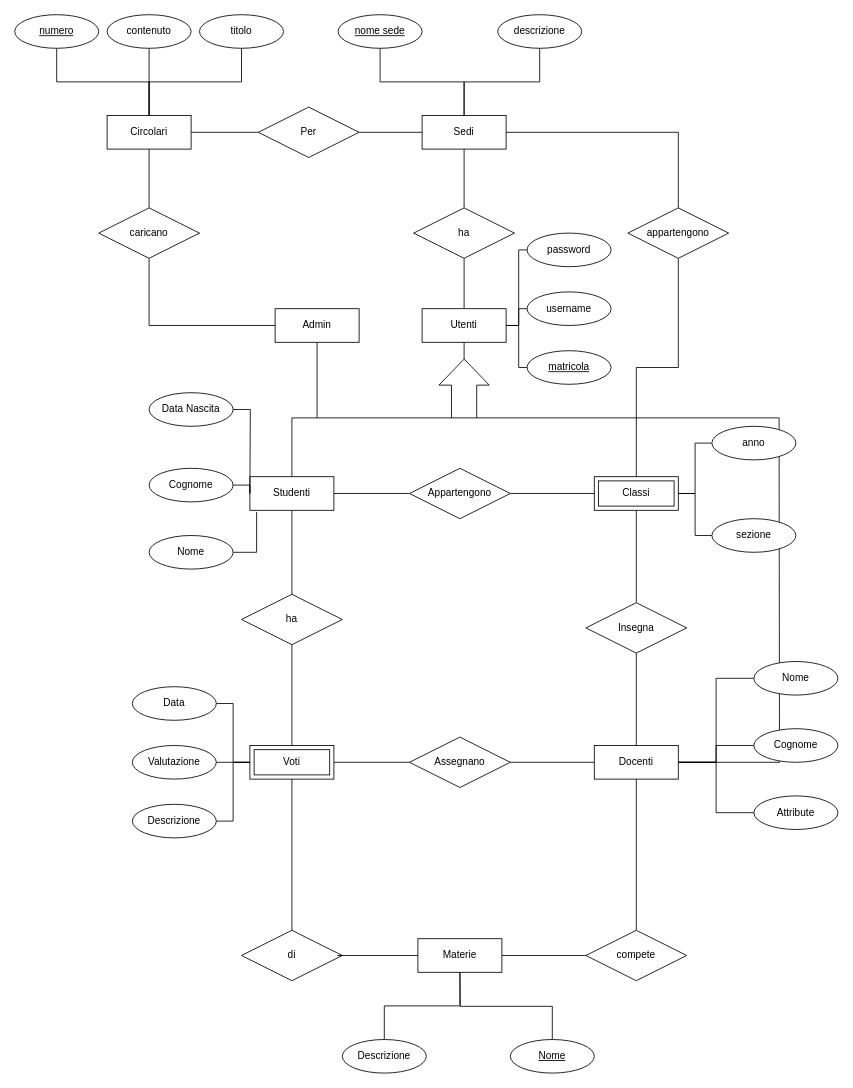
This is schema er.drawio from nicolo9728/registro_elettronico, a draw.io file, before an edit. Source tidied: cells renumbered, new cells numbered last; positions are measured from the earlier drawing's top-left corner, leaving out a move shared by most shapes. Both pictures are drawn from the tidied source at 84%, with x=0, y=0 at pixel (14, 14).
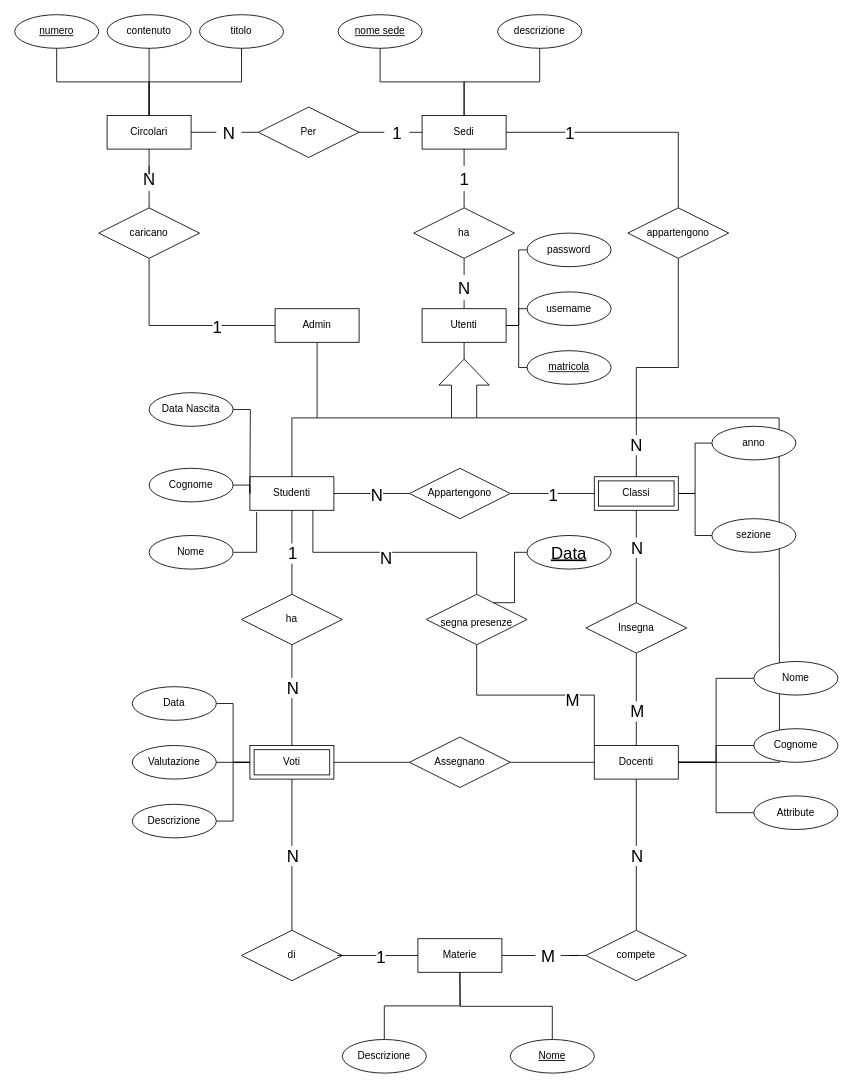
The same diagram, later.

Commit message:
aggiornato schema er

Unchanged cells that the change refers to:
```xml
<mxCell id="6" value="Utenti" style="whiteSpace=wrap;html=1;align=center;" parent="1" vertex="1">
  <mxGeometry x="485" y="350" width="100" height="40" as="geometry" />
</mxCell>
<mxCell id="11" value="Studenti" style="whiteSpace=wrap;html=1;align=center;" parent="1" vertex="1">
  <mxGeometry x="280" y="550" width="100" height="40" as="geometry" />
</mxCell>
<mxCell id="12" style="edgeStyle=orthogonalEdgeStyle;rounded=0;jettySize=auto;html=1;exitX=0;exitY=0.5;exitDx=0;exitDy=0;endArrow=none;endFill=0;" parent="1" edge="1" source="14" target="11">
  <mxGeometry relative="1" as="geometry" />
</mxCell>
<mxCell id="13" style="edgeStyle=orthogonalEdgeStyle;rounded=0;jettySize=auto;html=1;exitX=1;exitY=0.5;exitDx=0;exitDy=0;entryX=0;entryY=0.5;entryDx=0;entryDy=0;endArrow=none;endFill=0;" parent="1" edge="1" source="14" target="16">
  <mxGeometry relative="1" as="geometry" />
</mxCell>
<mxCell id="19" value="Docenti" style="whiteSpace=wrap;html=1;align=center;" parent="1" vertex="1">
  <mxGeometry x="690" y="870" width="100" height="40" as="geometry" />
</mxCell>
<mxCell id="20" style="edgeStyle=orthogonalEdgeStyle;rounded=0;jettySize=auto;html=1;exitX=0.5;exitY=1;exitDx=0;exitDy=0;entryX=0.5;entryY=0;entryDx=0;entryDy=0;endArrow=none;endFill=0;" parent="1" edge="1" source="22" target="19">
  <mxGeometry relative="1" as="geometry" />
</mxCell>
<mxCell id="21" style="edgeStyle=orthogonalEdgeStyle;rounded=0;jettySize=auto;html=1;exitX=0.5;exitY=0;exitDx=0;exitDy=0;entryX=0.5;entryY=1;entryDx=0;entryDy=0;endArrow=none;endFill=0;" parent="1" edge="1" source="22" target="16">
  <mxGeometry relative="1" as="geometry" />
</mxCell>
<mxCell id="25" value="Voti" style="shape=ext;margin=3;double=1;whiteSpace=wrap;html=1;align=center;" parent="1" vertex="1">
  <mxGeometry x="280" y="870" width="100" height="40" as="geometry" />
</mxCell>
<mxCell id="26" style="edgeStyle=orthogonalEdgeStyle;rounded=0;jettySize=auto;html=1;exitX=0.5;exitY=0;exitDx=0;exitDy=0;entryX=0.5;entryY=1;entryDx=0;entryDy=0;endArrow=none;endFill=0;" parent="1" edge="1" source="28" target="11">
  <mxGeometry relative="1" as="geometry" />
</mxCell>
<mxCell id="28" value="ha" style="shape=rhombus;perimeter=rhombusPerimeter;whiteSpace=wrap;html=1;align=center;" parent="1" vertex="1">
  <mxGeometry x="270" y="690" width="120" height="60" as="geometry" />
</mxCell>
<mxCell id="29" style="edgeStyle=orthogonalEdgeStyle;rounded=0;jettySize=auto;html=1;exitX=0.5;exitY=0;exitDx=0;exitDy=0;entryX=0.5;entryY=1;entryDx=0;entryDy=0;endArrow=none;endFill=0;" parent="1" edge="1" source="30" target="25">
  <mxGeometry relative="1" as="geometry" />
</mxCell>
<mxCell id="31" style="edgeStyle=orthogonalEdgeStyle;rounded=0;jettySize=auto;html=1;exitX=0;exitY=0.5;exitDx=0;exitDy=0;entryX=0.95;entryY=0.5;entryDx=0;entryDy=0;entryPerimeter=0;endArrow=none;endFill=0;" parent="1" edge="1" source="32" target="30">
  <mxGeometry relative="1" as="geometry" />
</mxCell>
<mxCell id="32" value="Materie" style="whiteSpace=wrap;html=1;align=center;" parent="1" vertex="1">
  <mxGeometry x="480" y="1100" width="100" height="40" as="geometry" />
</mxCell>
<mxCell id="33" style="edgeStyle=orthogonalEdgeStyle;rounded=0;jettySize=auto;html=1;exitX=0.5;exitY=0;exitDx=0;exitDy=0;entryX=0.5;entryY=1;entryDx=0;entryDy=0;endArrow=none;endFill=0;" parent="1" edge="1" source="35" target="19">
  <mxGeometry relative="1" as="geometry" />
</mxCell>
<mxCell id="35" value="compete" style="shape=rhombus;perimeter=rhombusPerimeter;whiteSpace=wrap;html=1;align=center;" parent="1" vertex="1">
  <mxGeometry x="680" y="1090" width="120" height="60" as="geometry" />
</mxCell>
<mxCell id="65" style="edgeStyle=orthogonalEdgeStyle;rounded=0;jettySize=auto;html=1;exitX=1;exitY=0.5;exitDx=0;exitDy=0;entryX=0.5;entryY=0;entryDx=0;entryDy=0;endArrow=none;endFill=0;" parent="1" edge="1" source="66" target="84">
  <mxGeometry relative="1" as="geometry" />
</mxCell>
<mxCell id="66" value="Sedi" style="whiteSpace=wrap;html=1;align=center;" parent="1" vertex="1">
  <mxGeometry x="485" y="120" width="100" height="40" as="geometry" />
</mxCell>
<mxCell id="72" value="ha" style="shape=rhombus;perimeter=rhombusPerimeter;whiteSpace=wrap;html=1;align=center;" parent="1" vertex="1">
  <mxGeometry x="475" y="230" width="120" height="60" as="geometry" />
</mxCell>
<mxCell id="77" value="caricano" style="shape=rhombus;perimeter=rhombusPerimeter;whiteSpace=wrap;html=1;align=center;" parent="1" vertex="1">
  <mxGeometry x="100" y="230" width="120" height="60" as="geometry" />
</mxCell>
<mxCell id="79" value="Circolari" style="whiteSpace=wrap;html=1;align=center;" parent="1" vertex="1">
  <mxGeometry x="110" y="120" width="100" height="40" as="geometry" />
</mxCell>
<mxCell id="82" value="Per" style="shape=rhombus;perimeter=rhombusPerimeter;whiteSpace=wrap;html=1;align=center;" parent="1" vertex="1">
  <mxGeometry x="290" y="110" width="120" height="60" as="geometry" />
</mxCell>
<mxCell id="83" style="edgeStyle=orthogonalEdgeStyle;rounded=0;jettySize=auto;html=1;exitX=0.5;exitY=1;exitDx=0;exitDy=0;entryX=0.5;entryY=0;entryDx=0;entryDy=0;endArrow=none;endFill=0;" parent="1" edge="1" source="84" target="16">
  <mxGeometry relative="1" as="geometry" />
</mxCell>
```

Change to the diagram source:
```diff
@@
+    <mxCell id="91" style="edgeStyle=orthogonalEdgeStyle;rounded=0;jettySize=auto;html=1;exitX=0.75;exitY=1;exitDx=0;exitDy=0;entryX=0.5;entryY=0;entryDx=0;entryDy=0;fontSize=20;endArrow=none;endFill=0;" parent="1" edge="1" source="11" target="121">
+      <mxGeometry relative="1" as="geometry" />
+    </mxCell>
+    <mxCell id="92" value="N" style="edgeLabel;html=1;align=center;verticalAlign=middle;fontSize=20;" parent="91" vertex="1">
+      <mxGeometry x="-0.08" y="-5" relative="1" as="geometry" />
+    </mxCell>
@@
+    <mxCell id="93" value="N" style="edgeLabel;html=1;align=center;verticalAlign=middle;fontSize=20;" parent="12" vertex="1">
+      <mxGeometry x="0.22" y="-3" relative="1" as="geometry">
+        <mxPoint x="15" y="3" as="offset" />
+      </mxGeometry>
+    </mxCell>
@@
+    <mxCell id="94" value="1" style="edgeLabel;html=1;align=center;verticalAlign=middle;fontSize=20;" parent="13" vertex="1">
+      <mxGeometry x="-0.2" y="1" relative="1" as="geometry">
+        <mxPoint x="10" y="1" as="offset" />
+      </mxGeometry>
+    </mxCell>
@@
+    <mxCell id="95" value="M" style="edgeLabel;html=1;align=center;verticalAlign=middle;fontSize=20;" parent="20" vertex="1">
+      <mxGeometry x="0.24" relative="1" as="geometry" />
+    </mxCell>
@@
+    <mxCell id="96" value="N" style="edgeLabel;html=1;align=center;verticalAlign=middle;fontSize=20;" parent="21" vertex="1">
+      <mxGeometry x="0.22" relative="1" as="geometry" />
+    </mxCell>
@@
+    <mxCell id="97" value="1" style="edgeLabel;html=1;align=center;verticalAlign=middle;fontSize=20;" parent="26" vertex="1">
+      <mxGeometry x="0.2" y="-1" relative="1" as="geometry">
+        <mxPoint x="-1" y="10" as="offset" />
+      </mxGeometry>
+    </mxCell>
     <mxCell id="27" style="edgeStyle=orthogonalEdgeStyle;rounded=0;jettySize=auto;html=1;exitX=0.5;exitY=1;exitDx=0;exitDy=0;entryX=0.5;entryY=0;entryDx=0;entryDy=0;endArrow=none;endFill=0;" parent="1" edge="1" source="28" target="25">
-      <mxGeometry relative="1" as="geometry" />
+      <mxGeometry relative="1" as="geometry">
+        <Array as="points">
+          <mxPoint x="330" y="810" />
+          <mxPoint x="330" y="810" />
+        </Array>
+      </mxGeometry>
     </mxCell>
+    <mxCell id="98" value="N" style="edgeLabel;html=1;align=center;verticalAlign=middle;fontSize=20;" parent="27" vertex="1">
+      <mxGeometry x="-0.32" relative="1" as="geometry">
+        <mxPoint y="9" as="offset" />
+      </mxGeometry>
+    </mxCell>
@@
+    <mxCell id="99" value="N" style="edgeLabel;html=1;align=center;verticalAlign=middle;fontSize=20;" parent="29" vertex="1">
+      <mxGeometry x="0.21" y="1" relative="1" as="geometry">
+        <mxPoint x="1" y="19" as="offset" />
+      </mxGeometry>
+    </mxCell>
@@
+    <mxCell id="100" value="1" style="edgeLabel;html=1;align=center;verticalAlign=middle;fontSize=20;" parent="31" vertex="1">
+      <mxGeometry x="-0.21" y="1" relative="1" as="geometry">
+        <mxPoint x="-7" y="-1" as="offset" />
+      </mxGeometry>
+    </mxCell>
@@
+    <mxCell id="101" value="N" style="edgeLabel;html=1;align=center;verticalAlign=middle;fontSize=20;" parent="33" vertex="1">
+      <mxGeometry x="0.19" y="-3" relative="1" as="geometry">
+        <mxPoint x="-3" y="17" as="offset" />
+      </mxGeometry>
+    </mxCell>
-    <mxCell id="34" style="edgeStyle=orthogonalEdgeStyle;rounded=0;jettySize=auto;html=1;exitX=0;exitY=0.5;exitDx=0;exitDy=0;endArrow=none;endFill=0;" parent="1" edge="1" source="35" target="32">
+    <mxCell id="34" style="edgeStyle=orthogonalEdgeStyle;rounded=0;jettySize=auto;html=1;exitX=0;exitY=0.5;exitDx=0;exitDy=0;endArrow=none;endFill=0;startArrow=none;" parent="1" edge="1" source="106" target="32">
       <mxGeometry relative="1" as="geometry" />
     </mxCell>
@@
-    <mxCell id="64" style="edgeStyle=orthogonalEdgeStyle;rounded=0;jettySize=auto;html=1;exitX=0.5;exitY=1;exitDx=0;exitDy=0;entryX=0.5;entryY=0;entryDx=0;entryDy=0;endArrow=none;endFill=0;" parent="1" edge="1" source="66" target="72">
+    <mxCell id="64" style="edgeStyle=orthogonalEdgeStyle;rounded=0;jettySize=auto;html=1;exitX=0.5;exitY=1;exitDx=0;exitDy=0;entryX=0.5;entryY=0;entryDx=0;entryDy=0;endArrow=none;endFill=0;startArrow=none;" parent="1" edge="1" source="115" target="72">
       <mxGeometry relative="1" as="geometry" />
     </mxCell>
@@
+    <mxCell id="102" value="1" style="edgeLabel;html=1;align=center;verticalAlign=middle;fontSize=20;" parent="65" vertex="1">
+      <mxGeometry x="-0.49" y="-4" relative="1" as="geometry">
+        <mxPoint y="-4" as="offset" />
+      </mxGeometry>
+    </mxCell>
@@
-    <mxCell id="71" style="edgeStyle=orthogonalEdgeStyle;rounded=0;jettySize=auto;html=1;exitX=0.5;exitY=1;exitDx=0;exitDy=0;endArrow=none;endFill=0;" parent="1" edge="1" source="72" target="6">
-      <mxGeometry relative="1" as="geometry" />
-    </mxCell>
+    <mxCell id="103" style="edgeStyle=orthogonalEdgeStyle;rounded=0;jettySize=auto;html=1;exitX=0.5;exitY=1;exitDx=0;exitDy=0;entryX=0.5;entryY=0;entryDx=0;entryDy=0;fontSize=20;endArrow=none;endFill=0;startArrow=none;" parent="1" edge="1" source="117" target="6">
+      <mxGeometry relative="1" as="geometry" />
+    </mxCell>
@@
-    <mxCell id="76" style="edgeStyle=orthogonalEdgeStyle;rounded=0;jettySize=auto;html=1;exitX=0.5;exitY=0;exitDx=0;exitDy=0;entryX=0.5;entryY=1;entryDx=0;entryDy=0;endArrow=none;endFill=0;" parent="1" edge="1" source="77" target="79">
-      <mxGeometry relative="1" as="geometry" />
+    <mxCell id="76" style="edgeStyle=orthogonalEdgeStyle;rounded=0;jettySize=auto;html=1;exitX=0.5;exitY=0;exitDx=0;exitDy=0;entryX=0.5;entryY=1;entryDx=0;entryDy=0;endArrow=none;endFill=0;startArrow=none;" parent="1" edge="1" source="109" target="79">
+      <mxGeometry relative="1" as="geometry">
+        <Array as="points">
+          <mxPoint x="160" y="190" />
+          <mxPoint x="160" y="190" />
+        </Array>
+      </mxGeometry>
     </mxCell>
@@
-    <mxCell id="78" style="edgeStyle=orthogonalEdgeStyle;rounded=0;jettySize=auto;html=1;exitX=1;exitY=0.5;exitDx=0;exitDy=0;entryX=0;entryY=0.5;entryDx=0;entryDy=0;endArrow=none;endFill=0;" parent="1" edge="1" source="79" target="82">
-      <mxGeometry relative="1" as="geometry" />
-    </mxCell>
+    <mxCell id="104" style="edgeStyle=orthogonalEdgeStyle;rounded=0;jettySize=auto;html=1;exitX=1;exitY=0.5;exitDx=0;exitDy=0;entryX=0;entryY=0.5;entryDx=0;entryDy=0;fontSize=20;endArrow=none;endFill=0;startArrow=none;" parent="1" edge="1" source="113" target="82">
+      <mxGeometry relative="1" as="geometry" />
+    </mxCell>
@@
-    <mxCell id="81" style="edgeStyle=orthogonalEdgeStyle;rounded=0;jettySize=auto;html=1;exitX=1;exitY=0.5;exitDx=0;exitDy=0;entryX=0;entryY=0.5;entryDx=0;entryDy=0;endArrow=none;endFill=0;" parent="1" edge="1" source="82" target="66">
+    <mxCell id="81" style="edgeStyle=orthogonalEdgeStyle;rounded=0;jettySize=auto;html=1;exitX=1;exitY=0.5;exitDx=0;exitDy=0;entryX=0;entryY=0.5;entryDx=0;entryDy=0;endArrow=none;endFill=0;startArrow=none;" parent="1" edge="1" source="111" target="66">
       <mxGeometry relative="1" as="geometry" />
     </mxCell>
@@
+    <mxCell id="105" value="N" style="edgeLabel;html=1;align=center;verticalAlign=middle;fontSize=20;" parent="83" vertex="1">
+      <mxGeometry x="0.75" y="-1" relative="1" as="geometry" />
+    </mxCell>
@@
+    <mxCell id="106" value="M" style="text;html=1;align=center;verticalAlign=middle;points=[];strokeColor=none;fontSize=20;" parent="1" vertex="1">
+      <mxGeometry x="620" y="1105" width="30" height="30" as="geometry" />
+    </mxCell>
+    <mxCell id="107" style="edgeStyle=orthogonalEdgeStyle;rounded=0;jettySize=auto;html=1;exitX=0;exitY=0.5;exitDx=0;exitDy=0;endArrow=none;endFill=0;" parent="1" edge="1" source="35" target="106">
+      <mxGeometry relative="1" as="geometry" />
+    </mxCell>
+    <mxCell id="108" value="1" style="edgeLabel;html=1;align=center;verticalAlign=middle;fontSize=20;" parent="1" vertex="1">
+      <mxGeometry x="240" y="370" as="geometry" />
+    </mxCell>
+    <mxCell id="109" value="N" style="text;html=1;align=center;verticalAlign=middle;points=[];strokeColor=none;fontSize=20;" parent="1" vertex="1">
+      <mxGeometry x="145" y="180" width="30" height="30" as="geometry" />
+    </mxCell>
+    <mxCell id="110" style="edgeStyle=orthogonalEdgeStyle;rounded=0;jettySize=auto;html=1;exitX=0.5;exitY=0;exitDx=0;exitDy=0;entryX=0.5;entryY=1;entryDx=0;entryDy=0;endArrow=none;endFill=0;" parent="1" edge="1" source="77" target="109">
+      <mxGeometry relative="1" as="geometry" />
+    </mxCell>
+    <mxCell id="111" value="1" style="text;html=1;align=center;verticalAlign=middle;points=[];strokeColor=none;fontSize=20;" parent="1" vertex="1">
+      <mxGeometry x="440" y="125" width="30" height="30" as="geometry" />
+    </mxCell>
+    <mxCell id="112" style="edgeStyle=orthogonalEdgeStyle;rounded=0;jettySize=auto;html=1;exitX=1;exitY=0.5;exitDx=0;exitDy=0;entryX=0;entryY=0.5;entryDx=0;entryDy=0;endArrow=none;endFill=0;" parent="1" edge="1" source="82" target="111">
+      <mxGeometry relative="1" as="geometry" />
+    </mxCell>
+    <mxCell id="113" value="N" style="text;html=1;align=center;verticalAlign=middle;points=[];strokeColor=none;fontSize=20;" parent="1" vertex="1">
+      <mxGeometry x="240" y="125" width="30" height="30" as="geometry" />
+    </mxCell>
+    <mxCell id="114" style="edgeStyle=orthogonalEdgeStyle;rounded=0;jettySize=auto;html=1;exitX=1;exitY=0.5;exitDx=0;exitDy=0;entryX=0;entryY=0.5;entryDx=0;entryDy=0;fontSize=20;endArrow=none;endFill=0;" parent="1" edge="1" source="79" target="113">
+      <mxGeometry relative="1" as="geometry" />
+    </mxCell>
+    <mxCell id="115" value="1" style="text;html=1;align=center;verticalAlign=middle;points=[];strokeColor=none;fontSize=20;" parent="1" vertex="1">
+      <mxGeometry x="520" y="180" width="30" height="30" as="geometry" />
+    </mxCell>
+    <mxCell id="116" style="edgeStyle=orthogonalEdgeStyle;rounded=0;jettySize=auto;html=1;exitX=0.5;exitY=1;exitDx=0;exitDy=0;entryX=0.5;entryY=0;entryDx=0;entryDy=0;endArrow=none;endFill=0;" parent="1" edge="1" source="66" target="115">
+      <mxGeometry relative="1" as="geometry" />
+    </mxCell>
+    <mxCell id="117" value="N" style="text;html=1;align=center;verticalAlign=middle;points=[];strokeColor=none;fontSize=20;" parent="1" vertex="1">
+      <mxGeometry x="520" y="310" width="30" height="30" as="geometry" />
+    </mxCell>
+    <mxCell id="118" style="edgeStyle=orthogonalEdgeStyle;rounded=0;jettySize=auto;html=1;exitX=0.5;exitY=1;exitDx=0;exitDy=0;entryX=0.5;entryY=0;entryDx=0;entryDy=0;fontSize=20;endArrow=none;endFill=0;" parent="1" edge="1" source="72" target="117">
+      <mxGeometry relative="1" as="geometry" />
+    </mxCell>
+    <mxCell id="119" style="edgeStyle=orthogonalEdgeStyle;rounded=0;jettySize=auto;html=1;exitX=0.5;exitY=1;exitDx=0;exitDy=0;entryX=0;entryY=0;entryDx=0;entryDy=0;fontSize=20;endArrow=none;endFill=0;" parent="1" edge="1" source="121" target="19">
+      <mxGeometry relative="1" as="geometry" />
+    </mxCell>
+    <mxCell id="120" value="M" style="edgeLabel;html=1;align=center;verticalAlign=middle;fontSize=20;" parent="119" vertex="1">
+      <mxGeometry x="0.33" y="-4" relative="1" as="geometry" />
+    </mxCell>
+    <mxCell id="121" value="&lt;span style=&quot;font-size: 12px&quot;&gt;segna presenze&lt;/span&gt;" style="shape=rhombus;perimeter=rhombusPerimeter;whiteSpace=wrap;html=1;align=center;fontSize=20;" parent="1" vertex="1">
+      <mxGeometry x="490" y="690" width="120" height="60" as="geometry" />
+    </mxCell>
+    <mxCell id="122" style="edgeStyle=orthogonalEdgeStyle;rounded=0;jettySize=auto;html=1;exitX=0;exitY=0.5;exitDx=0;exitDy=0;entryX=0.667;entryY=0.167;entryDx=0;entryDy=0;entryPerimeter=0;fontSize=20;endArrow=none;endFill=0;" parent="1" edge="1" source="123" target="121">
+      <mxGeometry relative="1" as="geometry">
+        <Array as="points">
+          <mxPoint x="595" y="700" />
+        </Array>
+      </mxGeometry>
+    </mxCell>
+    <mxCell id="123" value="Data" style="ellipse;whiteSpace=wrap;html=1;align=center;fontStyle=4;fontSize=20;" parent="1" vertex="1">
+      <mxGeometry x="610" y="620" width="100" height="40" as="geometry" />
+    </mxCell>
```
